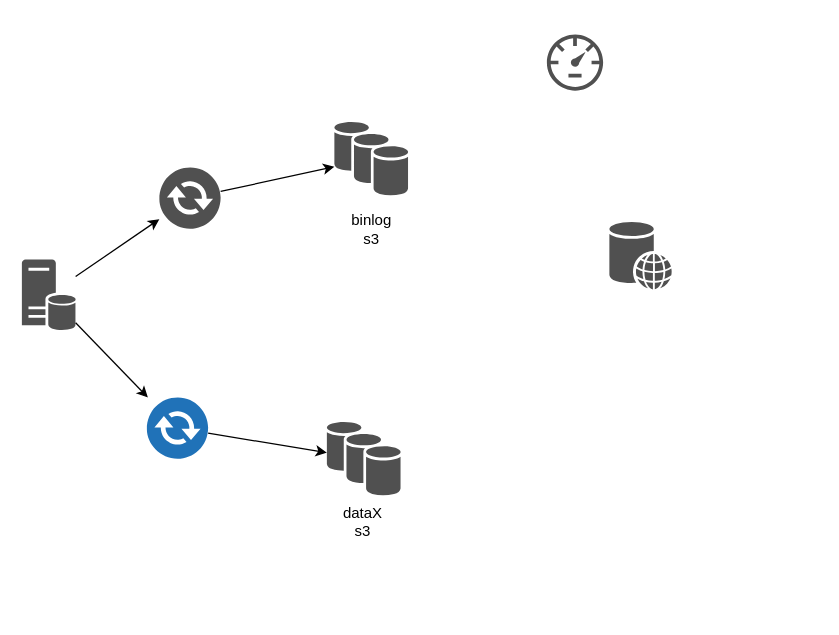
Before: canal.drawio in wangbin2188/draw, a draw.io diagram. Source tidied: cells renumbered, new cells numbered last; positions are measured from the earlier drawing's top-left corner, leaving out a move shared by most shapes. Both pictures are drawn from the tidied source at 125%, with x=0, y=0 at pixel (21, 34).
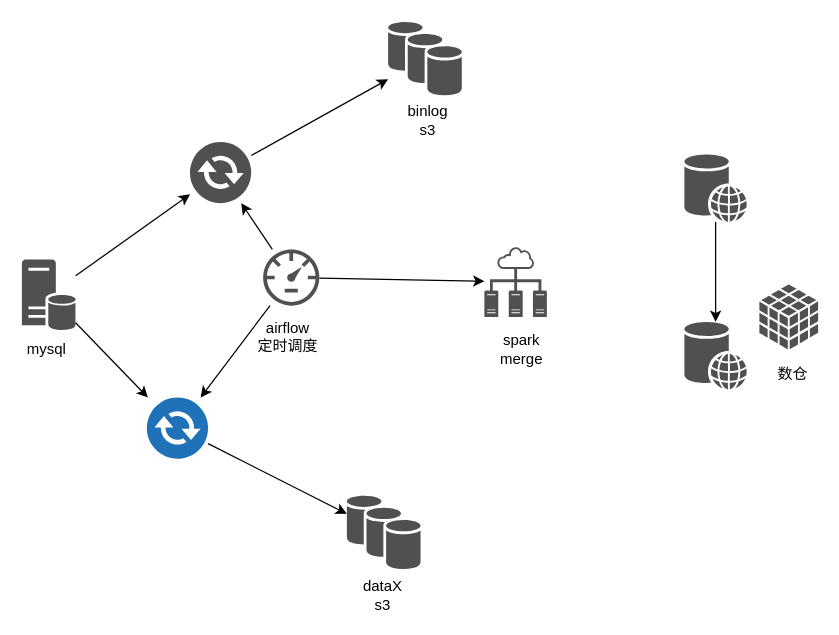
Above is the later version.

Unchanged cells that the change refers to:
```xml
<mxCell id="11" style="shadow=0;dashed=0;html=1;strokeColor=none;fillColor=#505050;labelPosition=center;verticalLabelPosition=bottom;verticalAlign=top;outlineConnect=0;align=center;shape=mxgraph.office.communications.exchange_active_sync;fillColor=#2072B8;" parent="1" vertex="1">
  <mxGeometry x="100" y="290.5" width="49" height="49" as="geometry" />
</mxCell>
```

What changed in the source:
```diff
@@
     <mxCell id="2" style="shadow=0;dashed=0;html=1;strokeColor=none;fillColor=#505050;labelPosition=center;verticalLabelPosition=bottom;verticalAlign=top;outlineConnect=0;align=center;shape=mxgraph.office.databases.database_availability_group;" parent="1" vertex="1">
-      <mxGeometry x="250" y="70" width="59" height="59" as="geometry" />
+      <mxGeometry x="293" y="-10" width="59" height="59" as="geometry" />
     </mxCell>
@@
+    <mxCell id="15" style="edgeStyle=none;rounded=0;jettySize=auto;html=1;" parent="1" edge="1" source="6" target="16">
+      <mxGeometry relative="1" as="geometry" />
+    </mxCell>
     <mxCell id="6" style="shadow=0;dashed=0;html=1;strokeColor=none;fillColor=#505050;labelPosition=center;verticalLabelPosition=bottom;verticalAlign=top;outlineConnect=0;align=center;shape=mxgraph.office.databases.web_store;" parent="1" vertex="1">
-      <mxGeometry x="470" y="150" width="50" height="54" as="geometry" />
+      <mxGeometry x="530" y="96" width="50" height="54" as="geometry" />
     </mxCell>
+    <mxCell id="16" style="shadow=0;dashed=0;html=1;strokeColor=none;fillColor=#505050;labelPosition=center;verticalLabelPosition=bottom;verticalAlign=top;outlineConnect=0;align=center;shape=mxgraph.office.databases.web_store;" parent="1" vertex="1">
+      <mxGeometry x="530" y="230" width="50" height="54" as="geometry" />
+    </mxCell>
     <mxCell id="7" style="shadow=0;dashed=0;html=1;strokeColor=none;fillColor=#505050;labelPosition=center;verticalLabelPosition=bottom;verticalAlign=top;outlineConnect=0;align=center;shape=mxgraph.office.databases.database_availability_group;" parent="1" vertex="1">
-      <mxGeometry x="244" y="310" width="59" height="59" as="geometry" />
+      <mxGeometry x="260" y="369" width="59" height="59" as="geometry" />
     </mxCell>
+    <mxCell id="17" style="edgeStyle=none;rounded=0;jettySize=auto;html=1;" parent="1" edge="1" source="8" target="9">
+      <mxGeometry relative="1" as="geometry" />
+    </mxCell>
+    <mxCell id="18" style="edgeStyle=none;rounded=0;jettySize=auto;html=1;" parent="1" edge="1" source="8" target="11">
+      <mxGeometry relative="1" as="geometry" />
+    </mxCell>
+    <mxCell id="19" style="edgeStyle=none;rounded=0;jettySize=auto;html=1;" parent="1" edge="1" source="8" target="20">
+      <mxGeometry relative="1" as="geometry" />
+    </mxCell>
     <mxCell id="8" style="shadow=0;dashed=0;html=1;strokeColor=none;fillColor=#505050;labelPosition=center;verticalLabelPosition=bottom;verticalAlign=top;outlineConnect=0;align=center;shape=mxgraph.office.concepts.bandwidth;" parent="1" vertex="1">
-      <mxGeometry x="420" width="45" height="45" as="geometry" />
+      <mxGeometry x="193" y="172" width="45" height="45" as="geometry" />
     </mxCell>
     <mxCell id="9" style="shadow=0;dashed=0;html=1;strokeColor=none;fillColor=#505050;labelPosition=center;verticalLabelPosition=bottom;verticalAlign=top;outlineConnect=0;align=center;shape=mxgraph.office.communications.exchange_active_sync;" parent="1" vertex="1">
-      <mxGeometry x="110" y="106.5" width="49" height="49" as="geometry" />
+      <mxGeometry x="134.5" y="86" width="49" height="49" as="geometry" />
     </mxCell>
@@
     <mxCell id="13" value="binlog&lt;br&gt;s3" style="text;html=1;strokeColor=none;fillColor=none;align=center;verticalAlign=middle;whiteSpace=wrap;rounded=0;" parent="1" vertex="1">
-      <mxGeometry x="260" y="146" width="40" height="20" as="geometry" />
+      <mxGeometry x="305" y="59" width="40" height="20" as="geometry" />
     </mxCell>
     <mxCell id="14" value="dataX&lt;br&gt;s3" style="text;html=1;strokeColor=none;fillColor=none;align=center;verticalAlign=middle;whiteSpace=wrap;rounded=0;" parent="1" vertex="1">
-      <mxGeometry x="253" y="380" width="40" height="20" as="geometry" />
+      <mxGeometry x="269" y="439" width="40" height="20" as="geometry" />
     </mxCell>
+    <mxCell id="20" style="shadow=0;dashed=0;html=1;strokeColor=none;fillColor=#505050;labelPosition=center;verticalLabelPosition=bottom;verticalAlign=top;outlineConnect=0;align=center;shape=mxgraph.office.concepts.technical_diagram;" parent="1" vertex="1">
+      <mxGeometry x="370" y="170" width="50" height="56" as="geometry" />
+    </mxCell>
+    <mxCell id="21" value="airflow&lt;br&gt;定时调度" style="text;html=1;strokeColor=none;fillColor=none;align=center;verticalAlign=middle;whiteSpace=wrap;rounded=0;" parent="1" vertex="1">
+      <mxGeometry x="173" y="232" width="80" height="20" as="geometry" />
+    </mxCell>
+    <mxCell id="22" style="shadow=0;dashed=0;html=1;strokeColor=none;fillColor=#505050;labelPosition=center;verticalLabelPosition=bottom;verticalAlign=top;align=center;shape=mxgraph.office.databases.database_cube;" parent="1" vertex="1">
+      <mxGeometry x="590" y="200" width="47" height="52" as="geometry" />
+    </mxCell>
+    <mxCell id="23" value="mysql" style="text;html=1;strokeColor=none;fillColor=none;align=center;verticalAlign=middle;whiteSpace=wrap;rounded=0;" parent="1" vertex="1">
+      <mxGeometry y="242" width="40" height="20" as="geometry" />
+    </mxCell>
+    <mxCell id="24" value="数仓" style="text;html=1;strokeColor=none;fillColor=none;align=center;verticalAlign=middle;whiteSpace=wrap;rounded=0;" parent="1" vertex="1">
+      <mxGeometry x="597" y="262" width="40" height="20" as="geometry" />
+    </mxCell>
+    <mxCell id="25" value="spark&lt;br&gt;merge" style="text;html=1;strokeColor=none;fillColor=none;align=center;verticalAlign=middle;whiteSpace=wrap;rounded=0;" parent="1" vertex="1">
+      <mxGeometry x="380" y="242" width="40" height="20" as="geometry" />
+    </mxCell>
```
